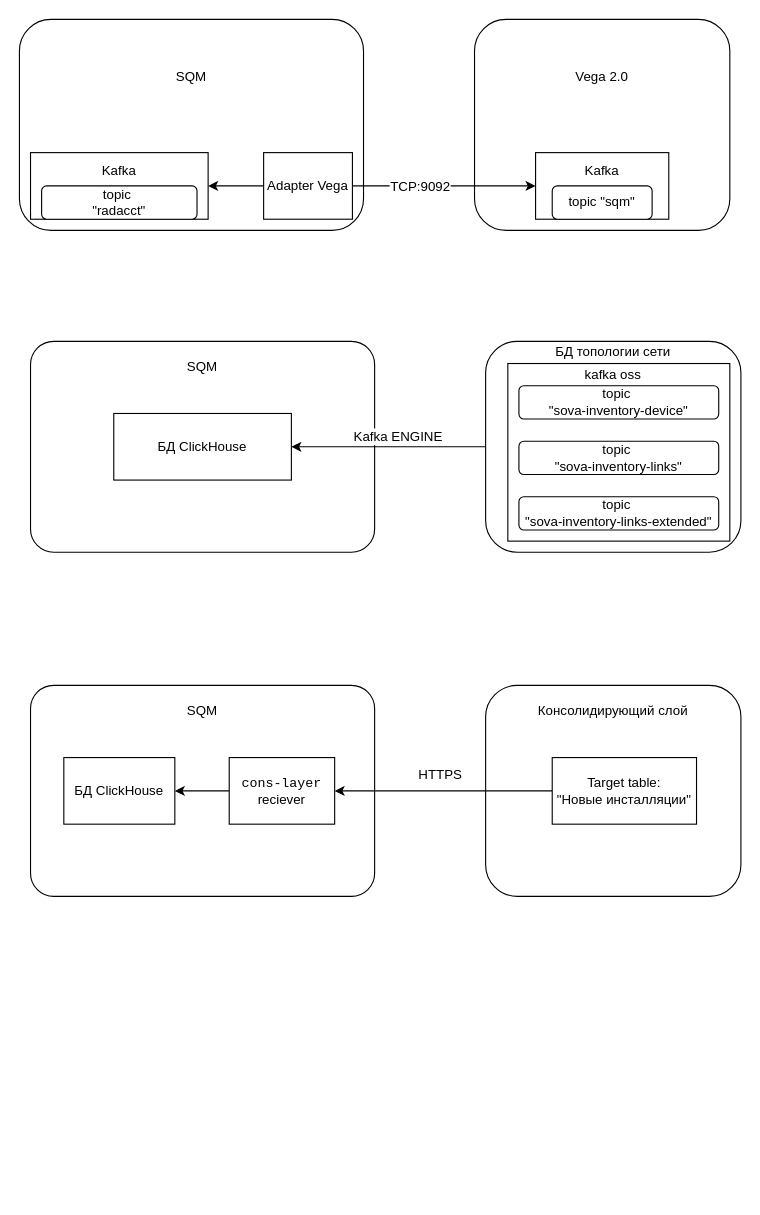
The draw.io diagram vega.drawio in qqmax7/test, before the edit. Source tidied: cells renumbered, new cells numbered last; positions are measured from the earlier drawing's top-left corner, leaving out a move shared by most shapes. Both pictures are drawn from the tidied source at 111%, with x=0, y=0 at pixel (19, 19).
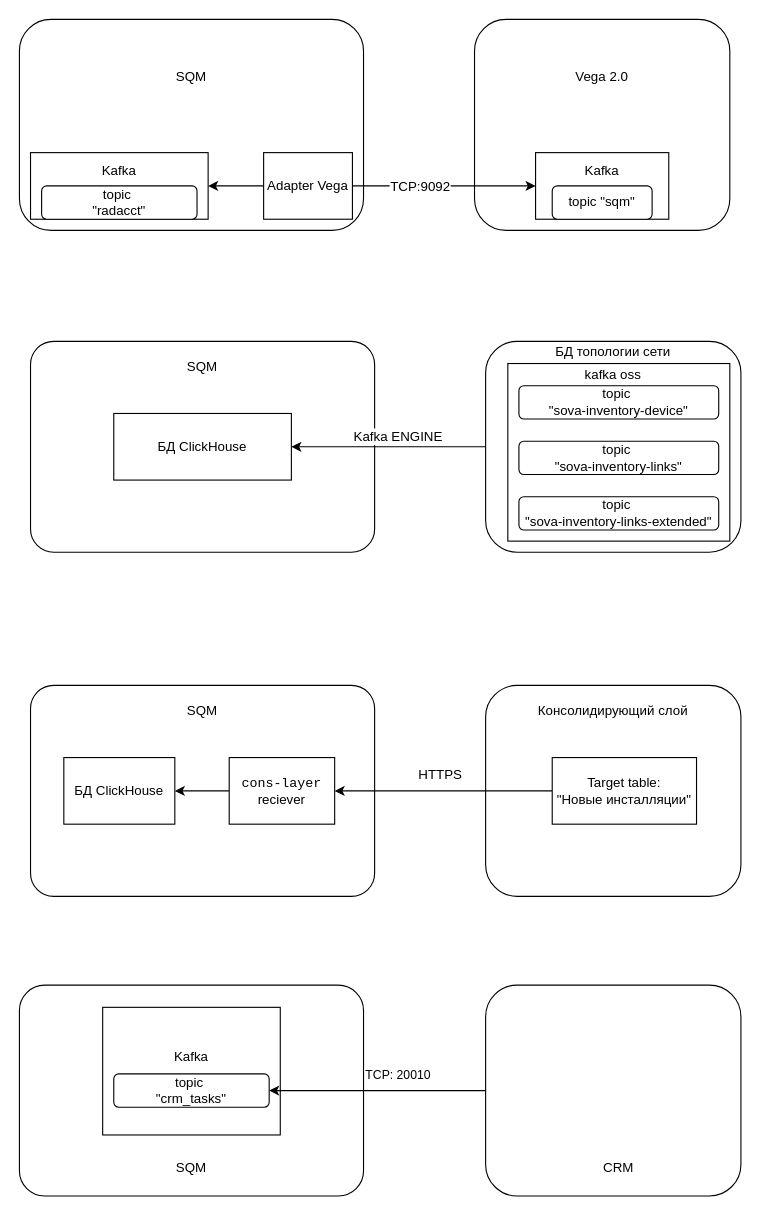
Above is the later version.

Diff of the diagram source:
```diff
@@
+    <mxCell id="32" style="rounded=1;whiteSpace=wrap;html=1;align=center;arcSize=12;" parent="1" vertex="1">
+      <mxGeometry y="870" width="310" height="190" as="geometry" />
+    </mxCell>
@@
+    <mxCell id="33" style="edgeStyle=orthogonalEdgeStyle;rounded=0;jettySize=auto;html=1;exitX=0;exitY=0.75;exitDx=0;exitDy=0;" parent="1" edge="1" source="34">
+      <mxGeometry relative="1" as="geometry">
+        <mxPoint x="430" y="1013" as="targetPoint" />
+      </mxGeometry>
+    </mxCell>
+    <mxCell id="34" style="rounded=1;whiteSpace=wrap;html=1;align=center;" parent="1" vertex="1">
+      <mxGeometry x="420" y="870" width="230" height="190" as="geometry" />
+    </mxCell>
+    <mxCell id="35" value="&lt;div align=&quot;center&quot; style=&quot;padding-top: 0px; padding-right: 0px; margin-top: -30px;&quot;&gt;Kafka&lt;/div&gt;" style="rounded=0;whiteSpace=wrap;html=1;align=center;shadow=0;imageVerticalAlign=top;imageAspect=0;imageAlign=center;overflow=visible;" parent="1" vertex="1">
+      <mxGeometry x="75" y="890" width="160" height="115" as="geometry" />
+    </mxCell>
+    <mxCell id="36" style="edgeStyle=orthogonalEdgeStyle;rounded=0;jettySize=auto;html=1;" parent="1" edge="1" source="34" target="38">
+      <mxGeometry relative="1" as="geometry" />
+    </mxCell>
+    <mxCell id="37" value="TCP: 20010" style="edgeLabel;html=1;align=center;verticalAlign=middle;" parent="36" vertex="1">
+      <mxGeometry x="-0.46" y="1" relative="1" as="geometry">
+        <mxPoint x="-27" y="-16" as="offset" />
+      </mxGeometry>
+    </mxCell>
+    <mxCell id="38" value="&lt;div&gt;topic&amp;nbsp;&lt;/div&gt;&lt;div&gt;&quot;crm_tasks&quot;&lt;/div&gt;" style="rounded=1;whiteSpace=wrap;html=1;shadow=0;strokeColor=default;align=center;verticalAlign=middle;fontFamily=Helvetica;fontSize=12;fontColor=default;fillColor=default;" parent="1" vertex="1">
+      <mxGeometry x="85" y="950" width="140" height="30" as="geometry" />
+    </mxCell>
+    <mxCell id="39" value="SQM" style="text;html=1;align=center;verticalAlign=middle;whiteSpace=wrap;rounded=0;" parent="1" vertex="1">
+      <mxGeometry x="125" y="1020" width="60" height="30" as="geometry" />
+    </mxCell>
+    <mxCell id="40" value="CRM" style="text;html=1;align=center;verticalAlign=middle;whiteSpace=wrap;rounded=0;" parent="1" vertex="1">
+      <mxGeometry x="510" y="1020" width="60" height="30" as="geometry" />
+    </mxCell>
```
